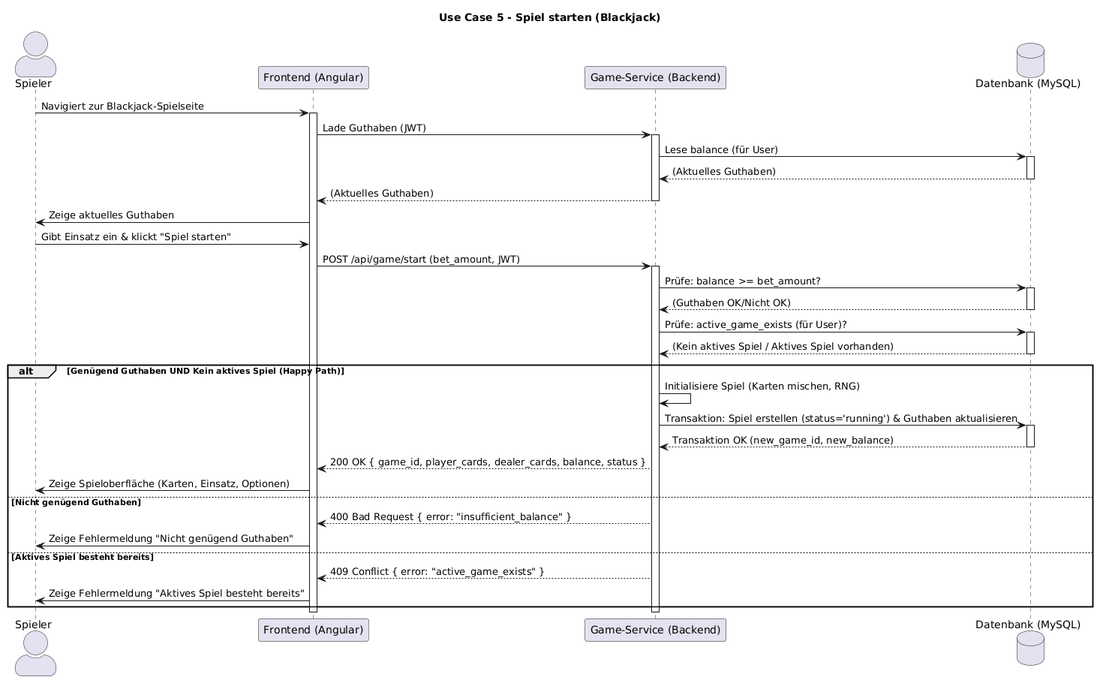
Earlier version of the PlantUML export docs/assets/Sequenzdiagramme/Sequenzdiagramm SpielStarten.png (JustinKaram14/BetCeption).
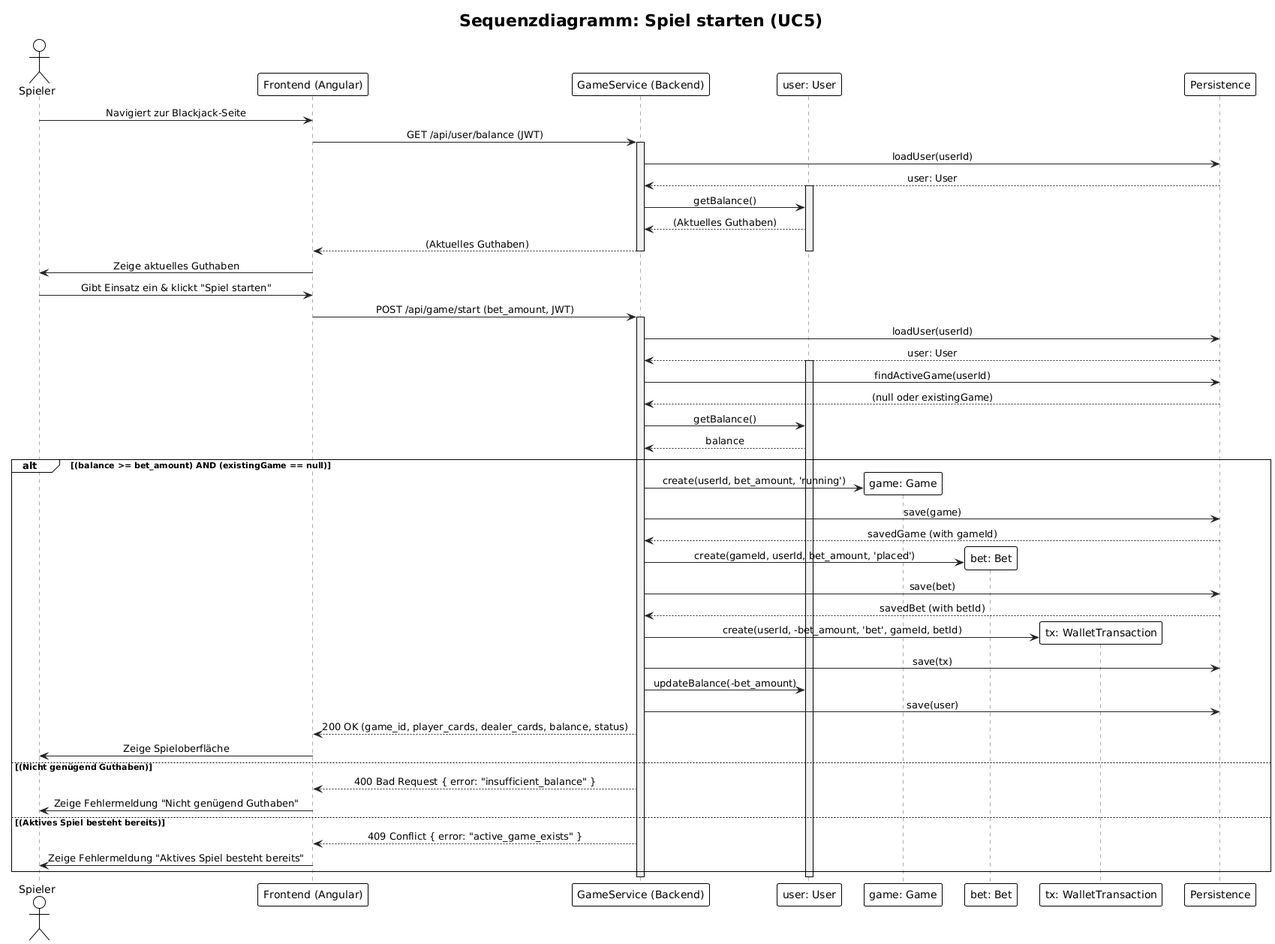
The same diagram one commit later.

The edit, as a diff of the source:
```diff
@@ -1,62 +1,86 @@
 @startuml
-title Use Case 5 - Spiel starten (Blackjack)
+!theme plain
+title "Sequenzdiagramm: Spiel starten (UC5)"
 
-skinparam sequenceActorStyle awesome
+actor Spieler
+participant "Frontend (Angular)" as Frontend
+participant "GameService (Backend)" as Service
 
-actor "Spieler" as user
-participant "Frontend (Angular)" as frontend
-participant "Game-Service (Backend)" as backend
-database "Datenbank (MySQL)" as db
+participant "user: User" as User
+participant "game: Game" as Game
+participant "bet: Bet" as Bet
+participant "tx: WalletTransaction" as Tx
+participant "Persistence" as DB
 
-user -> frontend: Navigiert zur Blackjack-Spielseite
-activate frontend
+skinparam sequence {
+    ParticipantBorderColor #333
+    ParticipantBackgroundColor #EEE
+    ActorBorderColor #333
 
-frontend -> backend: Lade Guthaben (JWT)
-activate backend
-backend -> db: Lese balance (für User)
-activate db
-db --> backend: (Aktuelles Guthaben)
-deactivate db
-backend --> frontend: (Aktuelles Guthaben)
-deactivate backend
+    LifeLineBorderColor #AAA
+    LifeLineBackgroundColor #F0F0F0
 
-frontend -> user: Zeige aktuelles Guthaben
+    ArrowColor #222
+    MessageAlign center
+}
 
-user -> frontend: Gibt Einsatz ein & klickt "Spiel starten"
-frontend -> backend: POST /api/game/start (bet_amount, JWT)
-activate backend
+Spieler -> Frontend: Navigiert zur Blackjack-Seite
+Frontend -> Service: GET /api/user/balance (JWT)
+activate Service
 
-backend -> db: Prüfe: balance >= bet_amount?
-activate db
-db --> backend: (Guthaben OK/Nicht OK)
-deactivate db
+    Service -> DB: loadUser(userId)
+    DB --> Service: user: User
+    activate User
 
-backend -> db: Prüfe: active_game_exists (für User)?
-activate db
-db --> backend: (Kein aktives Spiel / Aktives Spiel vorhanden)
-deactivate db
+    Service -> User: getBalance()
+    User --> Service: (Aktuelles Guthaben)
+    Service --> Frontend: (Aktuelles Guthaben)
 
-alt Genügend Guthaben UND Kein aktives Spiel (Happy Path)
-backend -> backend: Initialisiere Spiel (Karten mischen, RNG)
+deactivate Service
+deactivate User
 
-backend -> db: Transaktion: Spiel erstellen (status='running') & Guthaben aktualisieren
-activate db
-db --> backend: Transaktion OK (new_game_id, new_balance)
-deactivate db
+Frontend -> Spieler: Zeige aktuelles Guthaben
+Spieler -> Frontend: Gibt Einsatz ein & klickt "Spiel starten"
+Frontend -> Service: POST /api/game/start (bet_amount, JWT)
+activate Service
 
-backend --> frontend: 200 OK { game_id, player_cards, dealer_cards, balance, status }
-frontend -> user: Zeige Spieloberfläche (Karten, Einsatz, Optionen)
+    Service -> DB: loadUser(userId)
+    DB --> Service: user: User
+    activate User
 
+    Service -> DB: findActiveGame(userId)
+    DB --> Service: (null oder existingGame)
 
-else Nicht genügend Guthaben
-backend --> frontend: 400 Bad Request { error: "insufficient_balance" }
-frontend -> user: Zeige Fehlermeldung "Nicht genügend Guthaben"
+    Service -> User: getBalance()
+    User --> Service: balance
 
-else Aktives Spiel besteht bereits
-backend --> frontend: 409 Conflict { error: "active_game_exists" }
-frontend -> user: Zeige Fehlermeldung "Aktives Spiel besteht bereits"
-end
+    alt (balance >= bet_amount) AND (existingGame == null)
+        Service -> Game ** : create(userId, bet_amount, 'running')
+        Service -> DB: save(game)
+        DB --> Service: savedGame (with gameId)
 
-deactivate backend
-deactivate frontend
+        Service -> Bet ** : create(gameId, userId, bet_amount, 'placed')
+        Service -> DB: save(bet)
+        DB --> Service: savedBet (with betId)
+
+        Service -> Tx ** : create(userId, -bet_amount, 'bet', gameId, betId)
+        Service -> DB: save(tx)
+
+        Service -> User: updateBalance(-bet_amount)
+        Service -> DB: save(user)
+
+        Service --> Frontend: 200 OK (game_id, player_cards, dealer_cards, balance, status)
+        Frontend -> Spieler: Zeige Spieloberfläche
+
+    else (Nicht genügend Guthaben)
+        Service --> Frontend: 400 Bad Request { error: "insufficient_balance" }
+        Frontend -> Spieler: Zeige Fehlermeldung "Nicht genügend Guthaben"
+
+    else (Aktives Spiel besteht bereits)
+        Service --> Frontend: 409 Conflict { error: "active_game_exists" }
+        Frontend -> Spieler: Zeige Fehlermeldung "Aktives Spiel besteht bereits"
+    end
+
+    deactivate User
+deactivate Service
 @enduml
```
